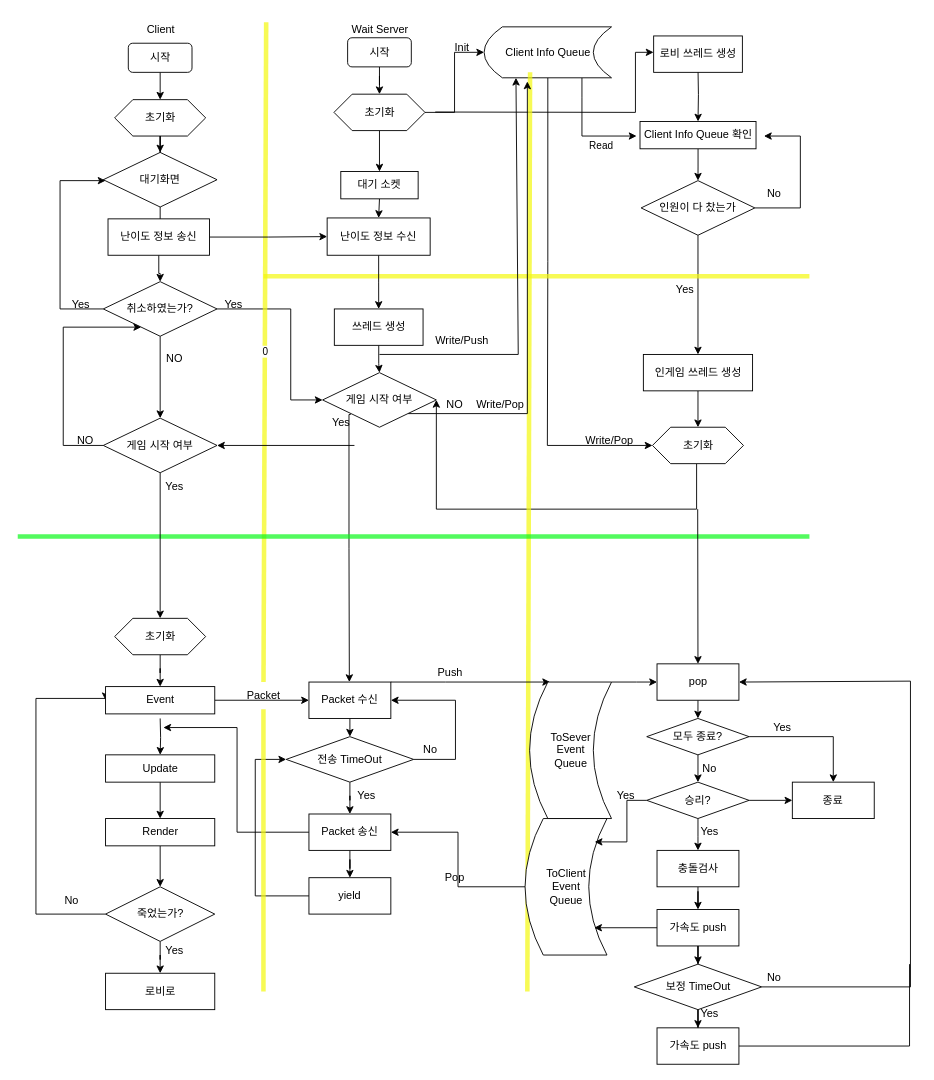
KwonSunwon/Y23S2_NGP_Proj keeps this draw.io diagram as 넷겜플 HLD.drawio. Above is the earlier version. Source tidied: cells renumbered, new cells numbered last; positions are measured from the earlier drawing's top-left corner, leaving out a move shared by most shapes. Both pictures are drawn from the tidied source at 91%, with x=0, y=0 at pixel (17, 15).
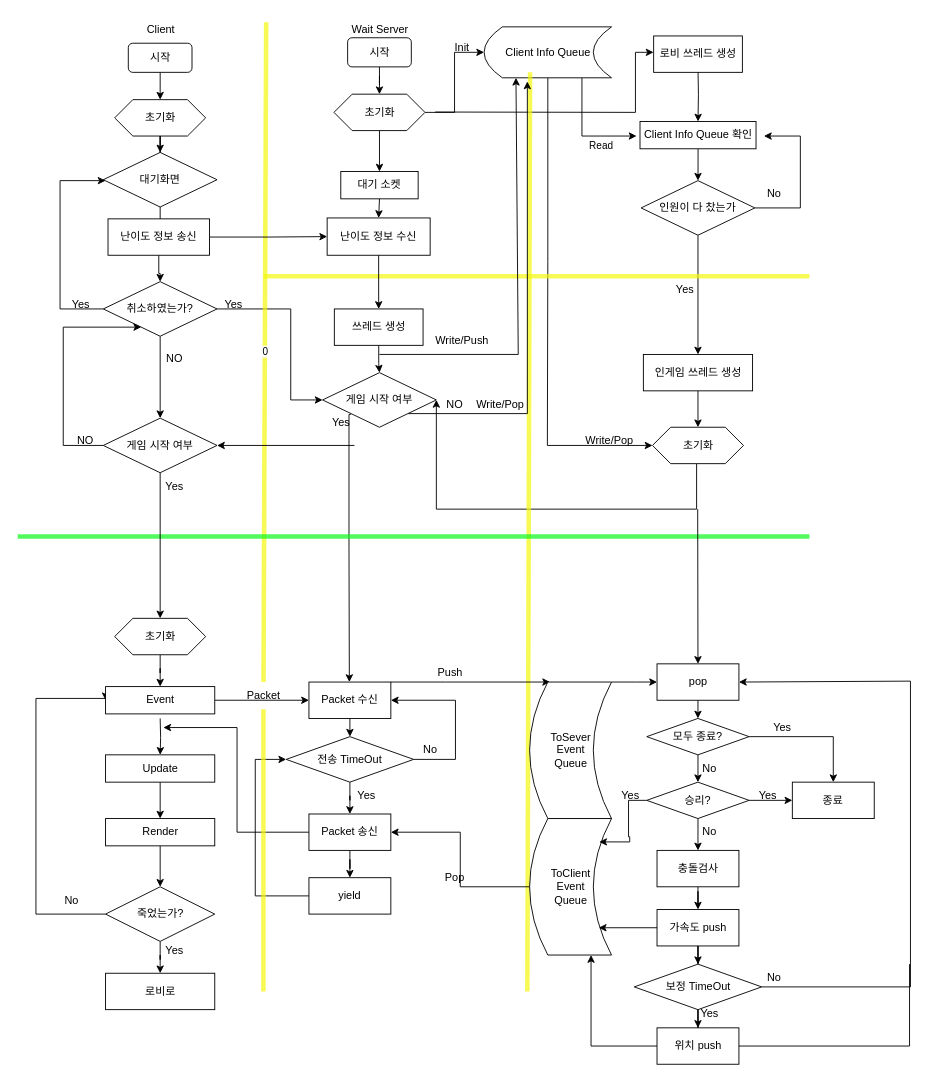
The same diagram, later.

Commit message:
Docs: High-Level Design 오타 수정

Diff of the diagram source:
```diff
@@
     <mxCell id="118" value="ToClient&lt;br&gt;Event&lt;br&gt;Queue" style="shape=dataStorage;whiteSpace=wrap;html=1;fixedSize=1;" parent="1" vertex="1">
-      <mxGeometry x="557.5" y="882" width="90" height="150" as="geometry" />
+      <mxGeometry x="562.5" y="882" width="90" height="150" as="geometry" />
     </mxCell>
@@
     <mxCell id="121" value="Yes" style="text;html=1;align=center;verticalAlign=middle;strokeColor=none;fillColor=none;" parent="1" vertex="1">
-      <mxGeometry x="647.5" y="842" width="40" height="30" as="geometry" />
+      <mxGeometry x="652.5" y="842" width="40" height="30" as="geometry" />
     </mxCell>
     <mxCell id="122" value="Yes" style="text;html=1;align=center;verticalAlign=middle;strokeColor=none;fillColor=none;" parent="1" vertex="1">
-      <mxGeometry x="740" y="882" width="40" height="30" as="geometry" />
+      <mxGeometry x="803.8" y="842" width="40" height="30" as="geometry" />
     </mxCell>
@@
+    <mxCell id="133" style="edgeStyle=orthogonalEdgeStyle;rounded=0;jettySize=auto;html=1;exitX=0;exitY=0.5;exitDx=0;exitDy=0;entryX=0.75;entryY=1;entryDx=0;entryDy=0;" parent="1" edge="1" source="124" target="118">
+      <mxGeometry relative="1" as="geometry" />
+    </mxCell>
-    <mxCell id="124" value="가속도 push" style="rounded=0;whiteSpace=wrap;html=1;" parent="1" vertex="1">
+    <mxCell id="124" value="위치 push" style="rounded=0;whiteSpace=wrap;html=1;" parent="1" vertex="1">
       <mxGeometry x="702.5" y="1112" width="90" height="40" as="geometry" />
     </mxCell>
@@
+    <mxCell id="134" value="No" style="text;html=1;align=center;verticalAlign=middle;strokeColor=none;fillColor=none;" parent="1" vertex="1">
+      <mxGeometry x="740" y="882" width="40" height="30" as="geometry" />
+    </mxCell>
```
